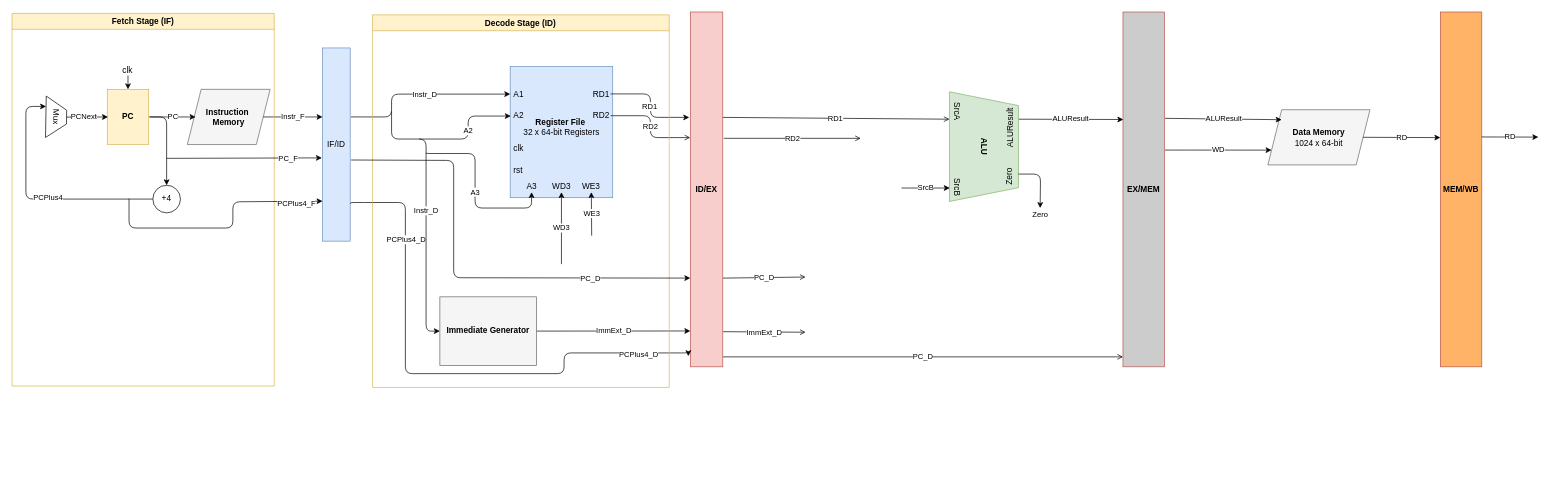
The draw.io diagram docs/architechture.drawio in abdullah123ch/RV64I-Zba-Pipelined-RISC-V-Processor, before the edit. Source tidied: cells renumbered, new cells numbered last; positions are measured from the earlier drawing's top-left corner, leaving out a move shared by most shapes. Both pictures are drawn from the tidied source at 69%, with x=0, y=0 at pixel (12, 12).
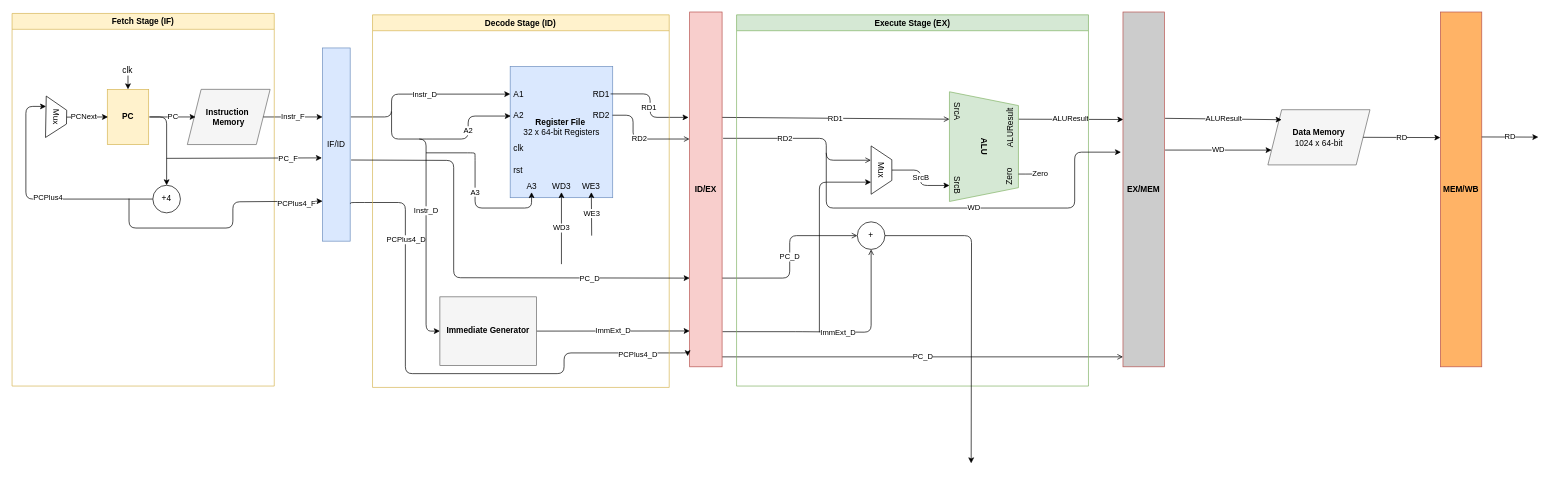
After the change.

Commit message (it also covers changes not shown here):
implement exectue stage

The change refers to these unchanged cells:
```xml
<mxCell id="10" value="&lt;b&gt;EX/MEM&lt;/b&gt;" style="rounded=0;whiteSpace=wrap;html=1;fillColor=#CCCCCC;strokeColor=#b85450;verticalAlign=middle;" parent="1" vertex="1">
  <mxGeometry x="1610" y="-0.1" width="60" height="514.2" as="geometry" />
</mxCell>
<mxCell id="15" value="&lt;b&gt;ALU&lt;/b&gt;" style="shape=trapezoid;perimeter=trapezoidPerimeter;whiteSpace=wrap;html=1;fixedSize=1;rotation=90;fillColor=#d5e8d4;strokeColor=#82b366;" parent="1" vertex="1">
  <mxGeometry x="1329" y="145" width="159" height="100" as="geometry" />
</mxCell>
<mxCell id="43" style="group;" parent="1" vertex="1">
  <mxGeometry x="501" y="4" width="451.4" height="540" as="geometry" />
</mxCell>
<mxCell id="46" value="&lt;b&gt;Register File&amp;nbsp;&lt;/b&gt;&lt;br&gt;32 x 64-bit Registers&lt;div&gt;&lt;br/&gt;&lt;/div&gt;" style="rounded=0;whiteSpace=wrap;html=1;fillColor=#dae8fe;strokeColor=#6c8ebf;verticalAlign=middle;" parent="43" vertex="1">
  <mxGeometry x="220.9" y="75" width="148.6" height="190" as="geometry" />
</mxCell>
<mxCell id="51" value="A3" style="text;html=1;strokeColor=none;fillColor=none;align=center;verticalAlign=middle;whiteSpace=wrap;rounded=0;" parent="43" vertex="1">
  <mxGeometry x="239.5" y="241.2" width="24.8" height="15.8" as="geometry" />
</mxCell>
<mxCell id="55" value="RD2" style="text;html=1;strokeColor=none;fillColor=none;align=right;verticalAlign=middle;whiteSpace=wrap;rounded=0;" parent="43" vertex="1">
  <mxGeometry x="341.6" y="138.3" width="24.8" height="15.8" as="geometry" />
</mxCell>
```

Diff of the diagram source:
```diff
@@
-    <mxCell id="7" value="RD2" style="endArrow=open;html=1;exitX=1.032;exitY=0.356;exitDx=0;exitDy=0;endFill=0;exitPerimeter=0;" parent="1" edge="1" source="23">
-      <mxGeometry relative="1" as="geometry">
-        <mxPoint x="1230" y="183" as="targetPoint" />
+    <mxCell id="7" value="RD2" style="endArrow=open;html=1;exitX=1.032;exitY=0.356;exitDx=0;exitDy=0;endFill=0;exitPerimeter=0;entryX=0.296;entryY=1.01;entryDx=0;entryDy=0;entryPerimeter=0;edgeStyle=orthogonalEdgeStyle;" parent="1" edge="1" source="23" target="74">
+      <mxGeometry x="-0.28" y="-1" relative="1" as="geometry">
+        <Array as="points">
+          <mxPoint x="1180" y="183" />
+          <mxPoint x="1180" y="215" />
+        </Array>
       </mxGeometry>
     </mxCell>
-    <mxCell id="8" value="PC_D" style="endArrow=open;html=1;exitX=1;exitY=0.75;exitDx=0;exitDy=0;endFill=0;" parent="1" edge="1" source="23">
-      <mxGeometry relative="1" as="geometry">
-        <mxPoint x="1150" y="384" as="targetPoint" />
-      </mxGeometry>
+    <mxCell id="8" value="PC_D" style="endArrow=open;html=1;exitX=1;exitY=0.75;exitDx=0;exitDy=0;endFill=0;entryX=0;entryY=0.5;entryDx=0;entryDy=0;edgeStyle=orthogonalEdgeStyle;" parent="1" edge="1" source="23" target="76">
+      <mxGeometry relative="1" as="geometry" />
     </mxCell>
-    <mxCell id="9" value="ImmExt_D" style="endArrow=open;html=1;exitX=1.01;exitY=0.901;exitDx=0;exitDy=0;endFill=0;exitPerimeter=0;" parent="1" edge="1" source="23">
+    <mxCell id="9" value="ImmExt_D" style="endArrow=open;html=1;exitX=1.01;exitY=0.901;exitDx=0;exitDy=0;endFill=0;exitPerimeter=0;entryX=0.5;entryY=1;entryDx=0;entryDy=0;edgeStyle=orthogonalEdgeStyle;" parent="1" edge="1" source="23" target="76">
       <mxGeometry relative="1" as="geometry">
-        <mxPoint x="1150" y="464" as="targetPoint" />
+        <Array as="points">
+          <mxPoint x="1145" y="463" />
+          <mxPoint x="1280" y="464" />
+        </Array>
       </mxGeometry>
     </mxCell>
@@
     <mxCell id="17" value="SrcB" style="text;html=1;strokeColor=none;fillColor=none;align=left;verticalAlign=middle;whiteSpace=wrap;rounded=0;rotation=90;" parent="1" vertex="1">
-      <mxGeometry x="1350" y="248" width="39" height="20" as="geometry" />
+      <mxGeometry x="1351" y="245" width="39" height="20" as="geometry" />
     </mxCell>
@@
-    <mxCell id="20" value="SrcB" style="endArrow=classic;html=1;entryX=0.25;entryY=1;entryDx=0;entryDy=0;" parent="1" edge="1">
-      <mxGeometry relative="1" as="geometry">
-        <mxPoint x="1289" y="255" as="sourcePoint" />
-        <mxPoint x="1359" y="255" as="targetPoint" />
-      </mxGeometry>
+    <mxCell id="20" value="SrcB" style="endArrow=classic;html=1;entryX=0.854;entryY=0.999;entryDx=0;entryDy=0;exitX=0.5;exitY=0;exitDx=0;exitDy=0;entryPerimeter=0;edgeStyle=orthogonalEdgeStyle;" parent="1" edge="1" source="74" target="15">
+      <mxGeometry relative="1" as="geometry" />
     </mxCell>
     <mxCell id="21" value="Zero" style="endArrow=classic;html=1;exitX=0.75;exitY=0;exitDx=0;exitDy=0;edgeStyle=orthogonalEdgeStyle;" parent="1" edge="1" source="15">
       <mxGeometry x="1" y="10" relative="1" as="geometry">
-        <mxPoint x="1490" y="284" as="targetPoint" />
+        <mxPoint x="1500" y="234" as="targetPoint" />
         <mxPoint x="-10" y="10" as="offset" />
       </mxGeometry>
     </mxCell>
@@
     <mxCell id="23" value="&lt;b&gt;ID/EX&lt;/b&gt;" style="rounded=0;whiteSpace=wrap;html=1;fillColor=#f8cecc;strokeColor=#b85450;verticalAlign=middle;" parent="1" vertex="1">
-      <mxGeometry x="983" y="-0.1" width="47" height="514.2" as="geometry" />
+      <mxGeometry x="982" y="-0.1" width="47" height="514.2" as="geometry" />
     </mxCell>
@@
-    <mxCell id="56" value="RD2" style="endArrow=open;html=1;exitX=1;exitY=0.5;exitDx=0;exitDy=0;endFill=0;entryX=-0.004;entryY=0.354;entryDx=0;entryDy=0;entryPerimeter=0;edgeStyle=orthogonalEdgeStyle;" parent="43" edge="1" source="55" target="23">
-      <mxGeometry relative="1" as="geometry" />
-    </mxCell>
     <mxCell id="57" value="A3" style="endArrow=classic;html=1;entryX=0.5;entryY=1;entryDx=0;entryDy=0;edgeStyle=orthogonalEdgeStyle;" parent="43" edge="1" target="51">
       <mxGeometry relative="1" as="geometry">
         <mxPoint x="99" y="200" as="sourcePoint" />
         <Array as="points">
+          <mxPoint x="169" y="200" />
+          <mxPoint x="169" y="201" />
           <mxPoint x="170" y="201" />
           <mxPoint x="170" y="280" />
           <mxPoint x="252" y="280" />
         </Array>
       </mxGeometry>
     </mxCell>
@@
+    <mxCell id="72" value="&lt;b&gt;Execute Stage (EX)&lt;/b&gt;" style="swimlane;whiteSpace=wrap;html=1;fillColor=#d5e8d4;strokeColor=#82b366;" parent="1" vertex="1">
+      <mxGeometry x="1050" y="4" width="510" height="538" as="geometry" />
+    </mxCell>
+    <mxCell id="73" style="edgeStyle=orthogonalEdgeStyle;html=1;entryX=0.75;entryY=1;entryDx=0;entryDy=0;" parent="72" edge="1" target="74">
+      <mxGeometry relative="1" as="geometry">
+        <mxPoint x="120" y="460" as="sourcePoint" />
+        <Array as="points">
+          <mxPoint x="120" y="460" />
+          <mxPoint x="120" y="243" />
+        </Array>
+      </mxGeometry>
+    </mxCell>
+    <mxCell id="74" value="Mux" style="shape=trapezoid;perimeter=trapezoidPerimeter;whiteSpace=wrap;html=1;fixedSize=1;rotation=90;" parent="72" vertex="1">
+      <mxGeometry x="175" y="210" width="70" height="30" as="geometry" />
+    </mxCell>
+    <mxCell id="75" style="edgeStyle=orthogonalEdgeStyle;html=1;exitX=1;exitY=0.5;exitDx=0;exitDy=0;" parent="72" edge="1" source="76">
+      <mxGeometry relative="1" as="geometry">
+        <mxPoint x="340" y="650" as="targetPoint" />
+      </mxGeometry>
+    </mxCell>
+    <mxCell id="76" value="+" style="ellipse;whiteSpace=wrap;html=1;" parent="72" vertex="1">
+      <mxGeometry x="175" y="300" width="40" height="40" as="geometry" />
+    </mxCell>
+    <mxCell id="77" value="WD" style="endArrow=classic;html=1;entryX=-0.048;entryY=0.395;entryDx=0;entryDy=0;edgeStyle=orthogonalEdgeStyle;entryPerimeter=0;" parent="72" edge="1" target="10">
+      <mxGeometry relative="1" as="geometry">
+        <mxPoint x="130" y="200" as="sourcePoint" />
+        <Array as="points">
+          <mxPoint x="130" y="280" />
+          <mxPoint x="490" y="280" />
+          <mxPoint x="490" y="199" />
+        </Array>
+      </mxGeometry>
+    </mxCell>
+    <mxCell id="56" value="RD2" style="endArrow=open;html=1;exitX=0.998;exitY=0.371;exitDx=0;exitDy=0;endFill=0;edgeStyle=orthogonalEdgeStyle;exitPerimeter=0;entryX=-0.005;entryY=0.358;entryDx=0;entryDy=0;entryPerimeter=0;" parent="1" edge="1" source="46" target="23">
+      <mxGeometry relative="1" as="geometry">
+        <Array as="points">
+          <mxPoint x="900" y="150" />
+          <mxPoint x="900" y="184" />
+        </Array>
+      </mxGeometry>
+    </mxCell>
```
